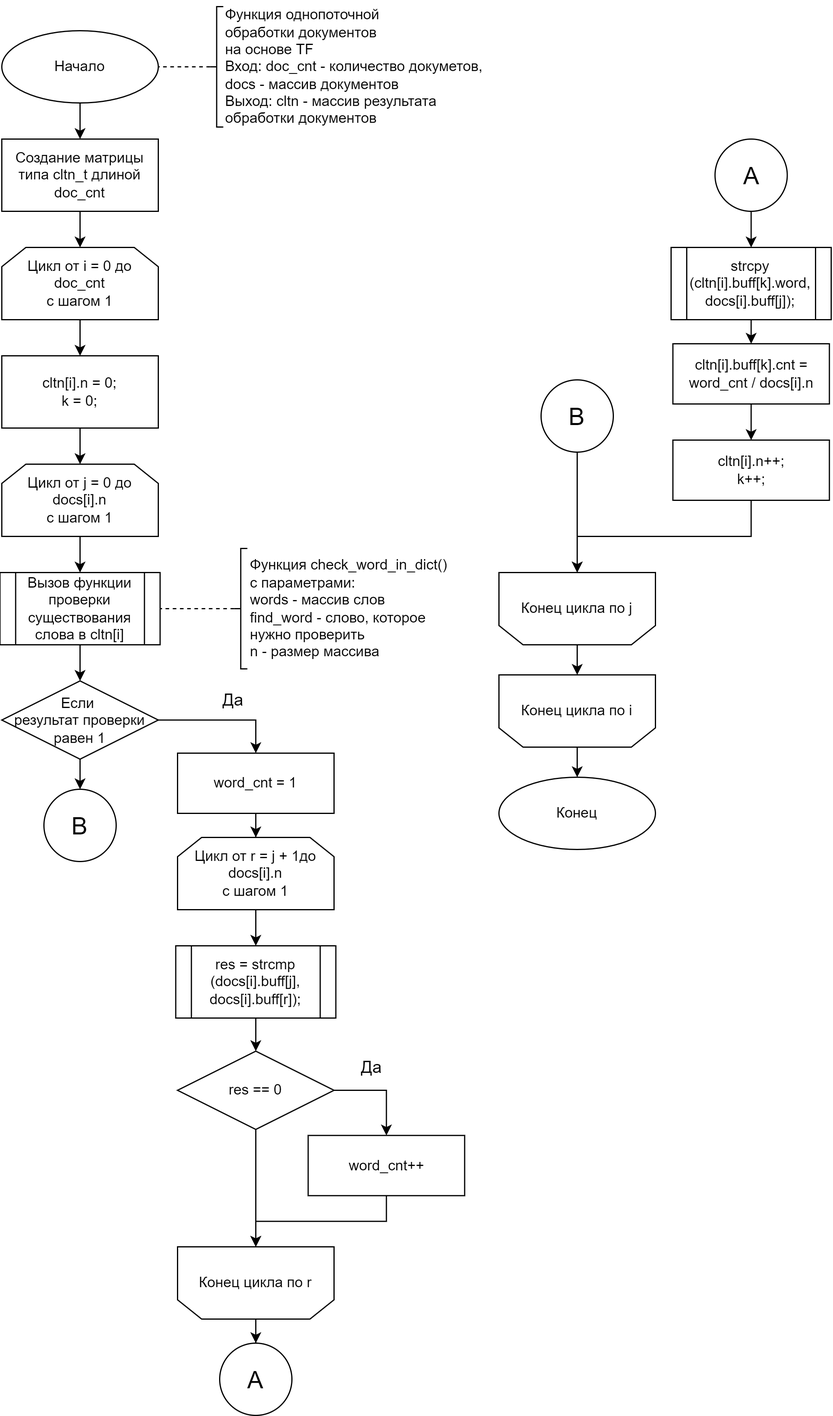
The draw.io diagram lab_04/docs/img/tf_alg.png in Mansurow/bmstu-iu7-5sem-AA, before a commit. Source tidied: cells renumbered, new cells last; positions are measured from the earlier drawing's top-left corner, leaving out a move shared by most shapes.
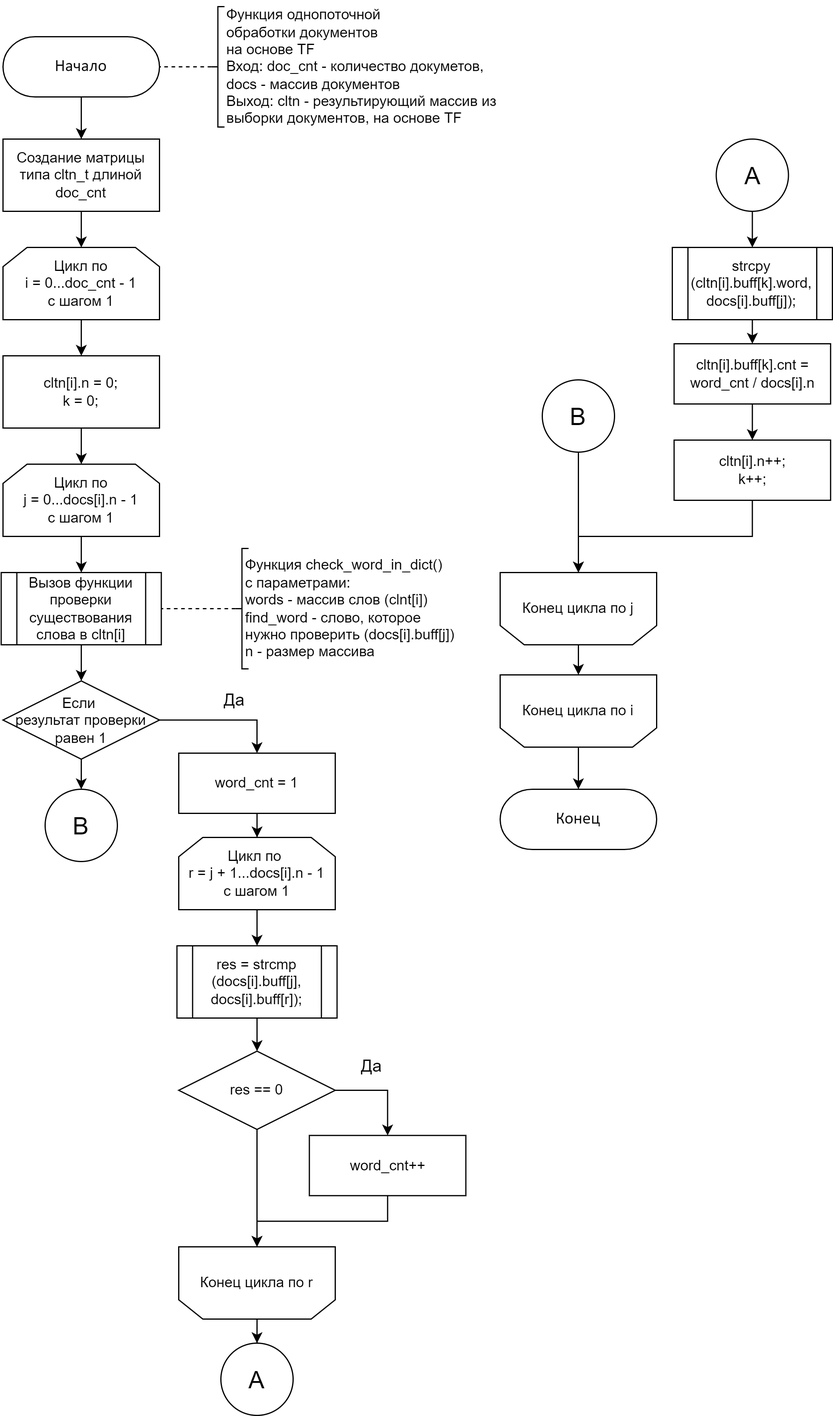
After the commit.

What changed in the source:
```diff
@@ -2,26 +2,23 @@
   <root>
     <mxCell id="0" />
     <mxCell id="1" parent="0" />
-    <mxCell id="2" style="edgeStyle=orthogonalEdgeStyle;rounded=0;jettySize=auto;html=1;exitX=0.5;exitY=1;exitDx=0;exitDy=0;exitPerimeter=0;" parent="1" edge="1" source="3" target="10">
+    <mxCell id="2" style="edgeStyle=orthogonalEdgeStyle;rounded=0;jettySize=auto;html=1;" parent="1" edge="1" source="3" target="10">
       <mxGeometry relative="1" as="geometry" />
     </mxCell>
-    <mxCell id="3" value="Начало" style="strokeWidth=1;html=1;shape=mxgraph.flowchart.start_1;whiteSpace=wrap;" parent="1" vertex="1">
-      <mxGeometry x="1" y="25" width="130" height="60" as="geometry" />
-    </mxCell>
     <mxCell id="4" style="edgeStyle=orthogonalEdgeStyle;rounded=0;jettySize=auto;html=1;" parent="1" edge="1" source="5" target="16">
       <mxGeometry relative="1" as="geometry" />
     </mxCell>
-    <mxCell id="5" value="Цикл от i = 0 до doc_cnt&lt;br&gt;с шагом 1" style="shape=loopLimit;whiteSpace=wrap;html=1;" parent="1" vertex="1">
+    <mxCell id="5" value="Цикл по&lt;br&gt;i&amp;nbsp;= 0...doc_cnt - 1&lt;br&gt;с шагом 1" style="shape=loopLimit;whiteSpace=wrap;html=1;" parent="1" vertex="1">
       <mxGeometry x="1" y="205" width="130" height="60" as="geometry" />
     </mxCell>
-    <mxCell id="6" style="edgeStyle=orthogonalEdgeStyle;rounded=0;jettySize=auto;html=1;exitX=0;exitY=0.5;exitDx=0;exitDy=0;exitPerimeter=0;entryX=1;entryY=0.5;entryDx=0;entryDy=0;entryPerimeter=0;endArrow=none;endFill=0;dashed=1;" parent="1" edge="1" source="7" target="3">
+    <mxCell id="6" style="edgeStyle=orthogonalEdgeStyle;rounded=0;jettySize=auto;html=1;exitX=0;exitY=0.5;exitDx=0;exitDy=0;exitPerimeter=0;endArrow=none;endFill=0;dashed=1;" parent="1" edge="1" source="7" target="3">
       <mxGeometry relative="1" as="geometry" />
     </mxCell>
     <mxCell id="7" style="strokeWidth=1;html=1;shape=mxgraph.flowchart.annotation_2;align=left;labelPosition=right;rounded=0;" parent="1" vertex="1">
       <mxGeometry x="174" y="5" width="11" height="100" as="geometry" />
     </mxCell>
-    <mxCell id="8" value="Функция однопоточной &lt;br&gt;обработки документов&amp;nbsp;&lt;br&gt;на основе TF&lt;br&gt;Вход: doc_cnt - количество докуметов,&lt;br&gt;docs - массив документов&lt;br&gt;Выход: cltn - массив результата &lt;br&gt;обработки документов" style="text;html=1;align=left;verticalAlign=middle;strokeColor=none;fillColor=none;" parent="1" vertex="1">
-      <mxGeometry x="185" width="240" height="110" as="geometry" />
+    <mxCell id="8" value="Функция однопоточной &lt;br&gt;обработки документов&amp;nbsp;&lt;br&gt;на основе TF&lt;br&gt;Вход: doc_cnt - количество докуметов,&lt;br&gt;docs - массив документов&lt;br&gt;Выход:&amp;nbsp;&lt;span style=&quot;&quot;&gt;cltn - результирующий массив из &lt;br&gt;выборки&lt;/span&gt;&lt;span style=&quot;&quot;&gt;&amp;nbsp;документов, на основе TF&lt;/span&gt;" style="text;html=1;align=left;verticalAlign=middle;strokeColor=none;fillColor=none;" parent="1" vertex="1">
+      <mxGeometry x="185" width="250" height="110" as="geometry" />
     </mxCell>
     <mxCell id="9" style="edgeStyle=orthogonalEdgeStyle;rounded=0;jettySize=auto;html=1;" parent="1" edge="1" source="10" target="5">
       <mxGeometry relative="1" as="geometry" />
@@ -52,13 +49,13 @@
     <mxCell id="17" style="edgeStyle=orthogonalEdgeStyle;rounded=0;jettySize=auto;html=1;fontSize=14;" parent="1" edge="1" source="18" target="22">
       <mxGeometry relative="1" as="geometry" />
     </mxCell>
-    <mxCell id="18" value="Цикл от j = 0 до docs[i].n&lt;br&gt;с шагом 1" style="shape=loopLimit;whiteSpace=wrap;html=1;" parent="1" vertex="1">
+    <mxCell id="18" value="Цикл по&lt;br&gt;j = 0...docs[i].n - 1&lt;br&gt;с шагом 1" style="shape=loopLimit;whiteSpace=wrap;html=1;" parent="1" vertex="1">
       <mxGeometry x="1" y="385" width="130" height="60" as="geometry" />
     </mxCell>
     <mxCell id="19" style="edgeStyle=orthogonalEdgeStyle;rounded=0;jettySize=auto;html=1;fontSize=14;" parent="1" edge="1" source="20" target="32">
       <mxGeometry relative="1" as="geometry" />
     </mxCell>
-    <mxCell id="20" value="Цикл от r = j + 1до docs[i].n&lt;br&gt;с шагом 1" style="shape=loopLimit;whiteSpace=wrap;html=1;" parent="1" vertex="1">
+    <mxCell id="20" value="Цикл по &lt;br&gt;r = j + 1...docs[i].n - 1&lt;br&gt;с шагом 1" style="shape=loopLimit;whiteSpace=wrap;html=1;" parent="1" vertex="1">
       <mxGeometry x="147" y="695" width="130" height="60" as="geometry" />
     </mxCell>
     <mxCell id="21" style="edgeStyle=orthogonalEdgeStyle;rounded=0;jettySize=auto;html=1;" parent="1" edge="1" source="22" target="14">
@@ -105,9 +102,6 @@
     <mxCell id="34" value="word_cnt++" style="rounded=0;whiteSpace=wrap;html=1;absoluteArcSize=1;arcSize=14;strokeWidth=1;" parent="1" vertex="1">
       <mxGeometry x="255.5" y="942.5" width="130" height="50" as="geometry" />
     </mxCell>
-    <mxCell id="35" value="Конец" style="strokeWidth=1;html=1;shape=mxgraph.flowchart.start_1;whiteSpace=wrap;" parent="1" vertex="1">
-      <mxGeometry x="414" y="645" width="130" height="60" as="geometry" />
-    </mxCell>
     <mxCell id="36" style="edgeStyle=orthogonalEdgeStyle;rounded=0;jettySize=auto;html=1;fontSize=14;" parent="1" edge="1" source="37" target="35">
       <mxGeometry relative="1" as="geometry" />
     </mxCell>
@@ -167,8 +161,14 @@
     <mxCell id="53" style="strokeWidth=1;html=1;shape=mxgraph.flowchart.annotation_2;align=left;labelPosition=right;rounded=0;" parent="1" vertex="1">
       <mxGeometry x="194" y="455" width="11" height="100" as="geometry" />
     </mxCell>
-    <mxCell id="54" value="&lt;div style=&quot;text-align: left; font-size: 12px;&quot;&gt;&lt;span style=&quot;background-color: initial;&quot;&gt;&lt;font style=&quot;font-size: 12px;&quot;&gt;Функция check_word_in_dict()&lt;/font&gt;&lt;/span&gt;&lt;/div&gt;&lt;div style=&quot;text-align: left; font-size: 12px;&quot;&gt;&lt;span style=&quot;background-color: initial;&quot;&gt;&lt;font style=&quot;font-size: 12px;&quot;&gt;с параметрами:&lt;/font&gt;&lt;/span&gt;&lt;/div&gt;&lt;div style=&quot;text-align: left; font-size: 12px;&quot;&gt;&lt;font style=&quot;font-size: 12px;&quot;&gt;words - массив слов&lt;/font&gt;&lt;/div&gt;&lt;div style=&quot;text-align: left; font-size: 12px;&quot;&gt;&lt;font style=&quot;font-size: 12px;&quot;&gt;find_word - слово, которое&amp;nbsp;&lt;/font&gt;&lt;/div&gt;&lt;div style=&quot;text-align: left; font-size: 12px;&quot;&gt;&lt;font style=&quot;font-size: 12px;&quot;&gt;нужно проверить&lt;/font&gt;&lt;/div&gt;&lt;div style=&quot;text-align: left; font-size: 12px;&quot;&gt;&lt;font style=&quot;font-size: 12px;&quot;&gt;n - размер массива&lt;/font&gt;&lt;/div&gt;" style="text;html=1;align=center;verticalAlign=middle;strokeColor=none;fillColor=none;fontSize=14;" parent="1" vertex="1">
-      <mxGeometry x="194" y="455" width="190" height="100" as="geometry" />
+    <mxCell id="54" value="&lt;div style=&quot;text-align: left; font-size: 12px;&quot;&gt;&lt;span style=&quot;background-color: initial;&quot;&gt;&lt;font style=&quot;font-size: 12px;&quot;&gt;Функция check_word_in_dict()&lt;/font&gt;&lt;/span&gt;&lt;/div&gt;&lt;div style=&quot;text-align: left; font-size: 12px;&quot;&gt;&lt;span style=&quot;background-color: initial;&quot;&gt;&lt;font style=&quot;font-size: 12px;&quot;&gt;с параметрами:&lt;/font&gt;&lt;/span&gt;&lt;/div&gt;&lt;div style=&quot;text-align: left; font-size: 12px;&quot;&gt;&lt;font style=&quot;font-size: 12px;&quot;&gt;words - массив слов (clnt[i])&lt;/font&gt;&lt;/div&gt;&lt;div style=&quot;text-align: left; font-size: 12px;&quot;&gt;&lt;font style=&quot;font-size: 12px;&quot;&gt;find_word - слово, которое&amp;nbsp;&lt;/font&gt;&lt;/div&gt;&lt;div style=&quot;text-align: left; font-size: 12px;&quot;&gt;&lt;font style=&quot;font-size: 12px;&quot;&gt;нужно проверить (docs[i].buff[j])&lt;/font&gt;&lt;/div&gt;&lt;div style=&quot;text-align: left; font-size: 12px;&quot;&gt;&lt;font style=&quot;font-size: 12px;&quot;&gt;n - размер массива&lt;/font&gt;&lt;/div&gt;" style="text;html=1;align=center;verticalAlign=middle;strokeColor=none;fillColor=none;fontSize=14;" parent="1" vertex="1">
+      <mxGeometry x="189" y="455" width="200" height="100" as="geometry" />
     </mxCell>
+    <mxCell id="3" value="&lt;div style=&quot;&quot;&gt;&lt;font style=&quot;font-family: Calibri; color: rgb(0, 0, 0); direction: ltr; letter-spacing: 0px; line-height: 120%; opacity: 1;&quot;&gt;&lt;font style=&quot;font-size: 14px;&quot;&gt;Начало&lt;/font&gt;&lt;br&gt;&lt;/font&gt;&lt;/div&gt;" style="verticalAlign=middle;align=center;vsdxID=1;fillColor=#FFFFFF;gradientColor=none;shape=(stored shape, 240 characters);strokeColor=#000000;spacingTop=-1;spacingBottom=-1;spacingLeft=-1;spacingRight=-1;points=[[0.5,0,0],[0.5,0.5,0],[1,0.5,0]];labelBackgroundColor=none;rounded=0;html=1;whiteSpace=wrap;" parent="1" vertex="1">
+      <mxGeometry x="1" y="30" width="130" height="50" as="geometry" />
+    </mxCell>
+    <mxCell id="35" value="&lt;div style=&quot;&quot;&gt;&lt;font style=&quot;font-family: Calibri; color: rgb(0, 0, 0); direction: ltr; letter-spacing: 0px; line-height: 120%; opacity: 1; font-size: 14px;&quot;&gt;Конец&lt;/font&gt;&lt;/div&gt;" style="verticalAlign=middle;align=center;vsdxID=1;fillColor=#FFFFFF;gradientColor=none;shape=(stored shape, 240 characters);strokeColor=#000000;spacingTop=-1;spacingBottom=-1;spacingLeft=-1;spacingRight=-1;points=[[0.5,0,0],[0.5,0.5,0],[1,0.5,0]];labelBackgroundColor=none;rounded=0;html=1;whiteSpace=wrap;" parent="1" vertex="1">
+      <mxGeometry x="414" y="655" width="130" height="50" as="geometry" />
+    </mxCell>
   </root>
 </mxGraphModel>
```
